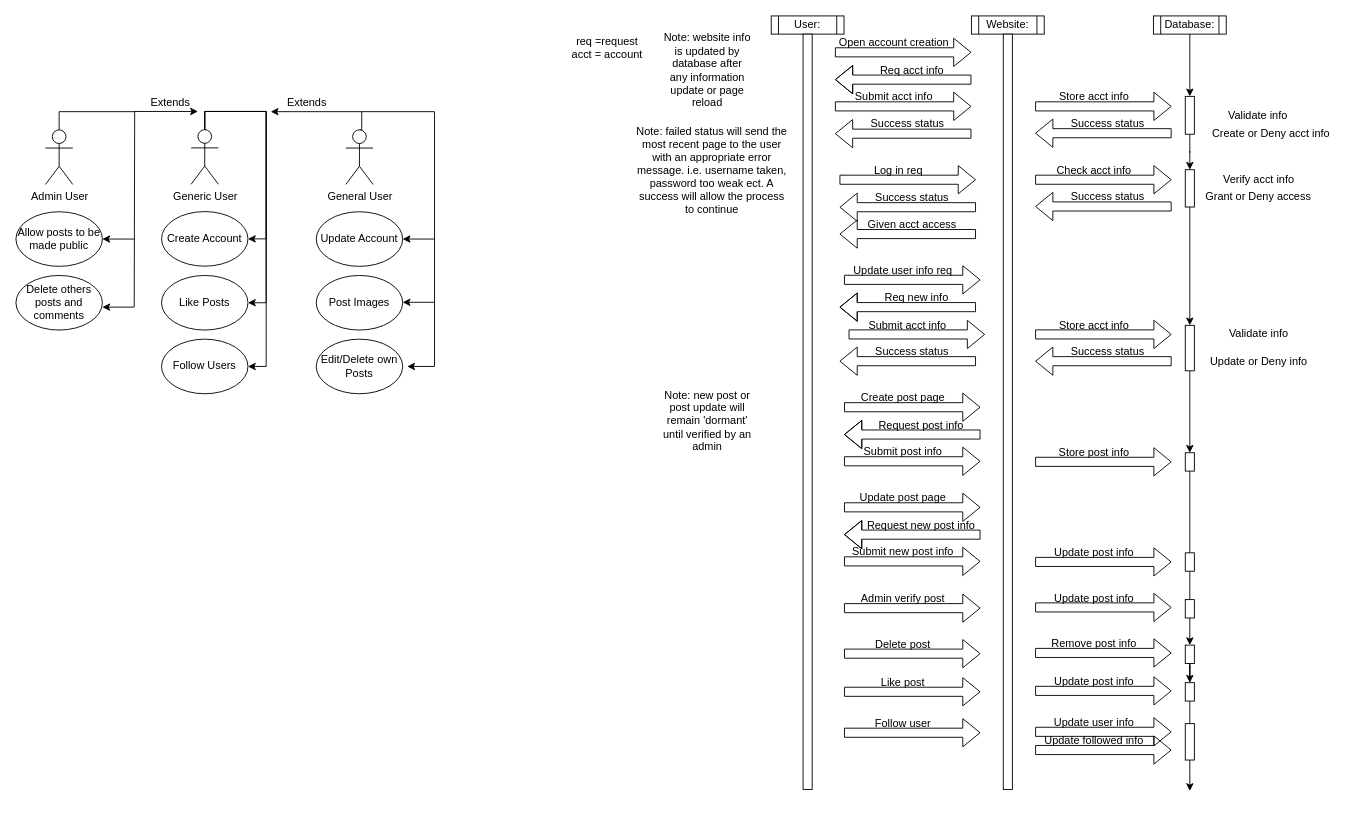
This is Diagrams.drawio from wreich2/cosc412, a draw.io file, before an edit. Source tidied: cells renumbered, new cells numbered last; positions are measured from the earlier drawing's top-left corner, leaving out a move shared by most shapes. Both pictures are drawn from the tidied source at 91%, with x=0, y=0 at pixel (15, 15).
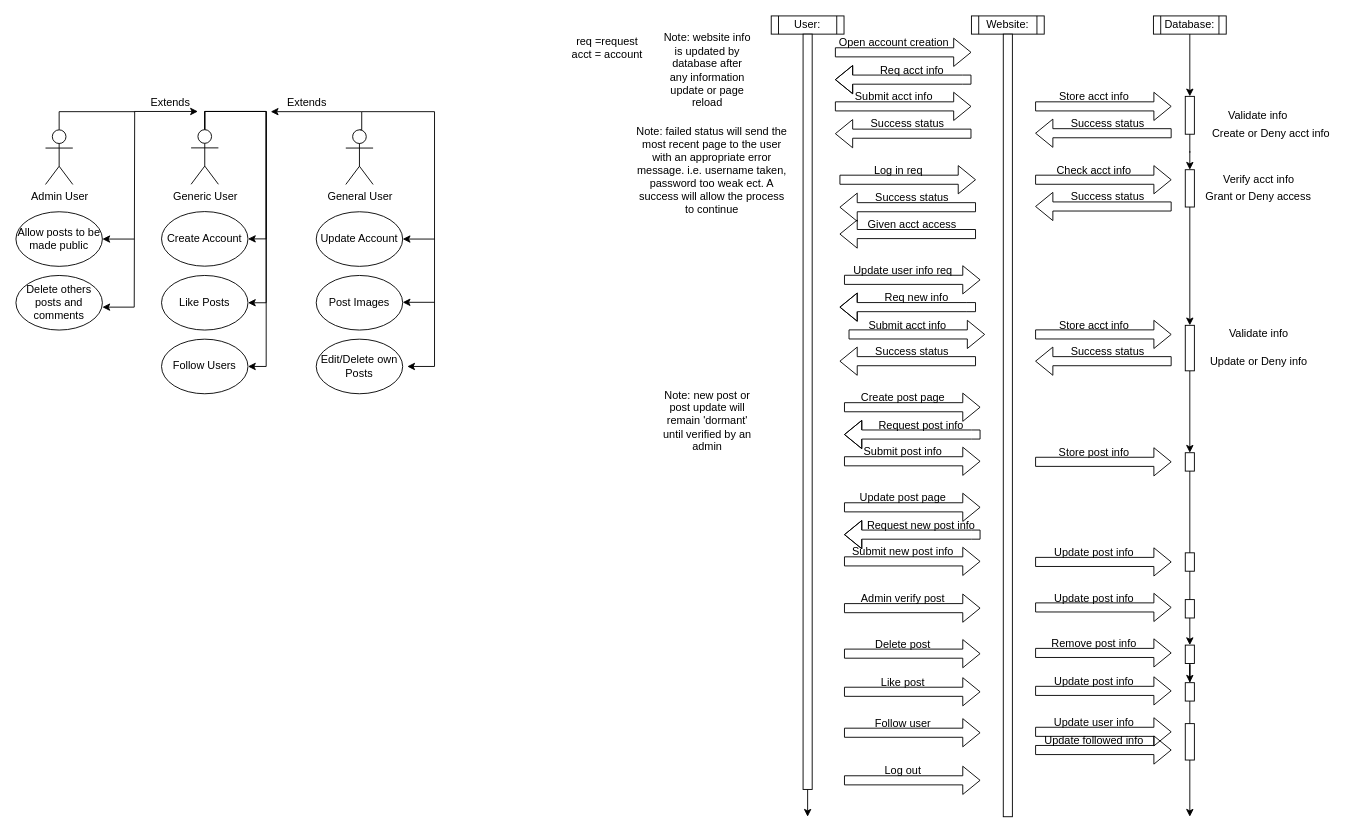
Above is the later version.

Unchanged cells that the change refers to:
```xml
<mxCell id="15" style="rounded=0;whiteSpace=wrap;html=1;" parent="1" vertex="1">
  <mxGeometry x="865" y="20" width="10" height="830" as="geometry" />
</mxCell>
<mxCell id="70" style="rounded=0;whiteSpace=wrap;html=1;" parent="1" vertex="1">
  <mxGeometry x="1285" y="732.7" width="10" height="20.2" as="geometry" />
</mxCell>
```

Change to the diagram source:
```diff
@@
     <mxCell id="13" style="edgeStyle=orthogonalEdgeStyle;rounded=0;jettySize=auto;html=1;exitX=0.5;exitY=1;exitDx=0;exitDy=0;" parent="1" edge="1" source="70">
       <mxGeometry relative="1" as="geometry">
-        <mxPoint x="1290" y="851.7" as="targetPoint" />
+        <mxPoint x="1290" y="880" as="targetPoint" />
       </mxGeometry>
     </mxCell>
@@
+    <mxCell id="125" style="edgeStyle=orthogonalEdgeStyle;rounded=0;jettySize=auto;html=1;exitX=0.5;exitY=1;exitDx=0;exitDy=0;endArrow=classic;endFill=1;strokeColor=#000000;" parent="1" edge="1" source="15">
+      <mxGeometry relative="1" as="geometry">
+        <mxPoint x="870" y="880" as="targetPoint" />
+      </mxGeometry>
+    </mxCell>
@@
     <mxCell id="17" style="rounded=0;whiteSpace=wrap;html=1;" parent="1" vertex="1">
-      <mxGeometry x="1085" y="20" width="10" height="830" as="geometry" />
+      <mxGeometry x="1085" y="20" width="10" height="860" as="geometry" />
     </mxCell>
@@
+    <mxCell id="126" value="Log out" style="text;html=1;strokeColor=none;fillColor=none;align=center;verticalAlign=middle;whiteSpace=wrap;rounded=0;" parent="1" vertex="1">
+      <mxGeometry x="910" y="820" width="130" height="20" as="geometry" />
+    </mxCell>
+    <mxCell id="127" style="shape=flexArrow;endArrow=classic;html=1;" parent="1" edge="1">
+      <mxGeometry relative="1" as="geometry">
+        <mxPoint x="910" y="840" as="sourcePoint" />
+        <mxPoint x="1060" y="840" as="targetPoint" />
+      </mxGeometry>
+    </mxCell>
```
